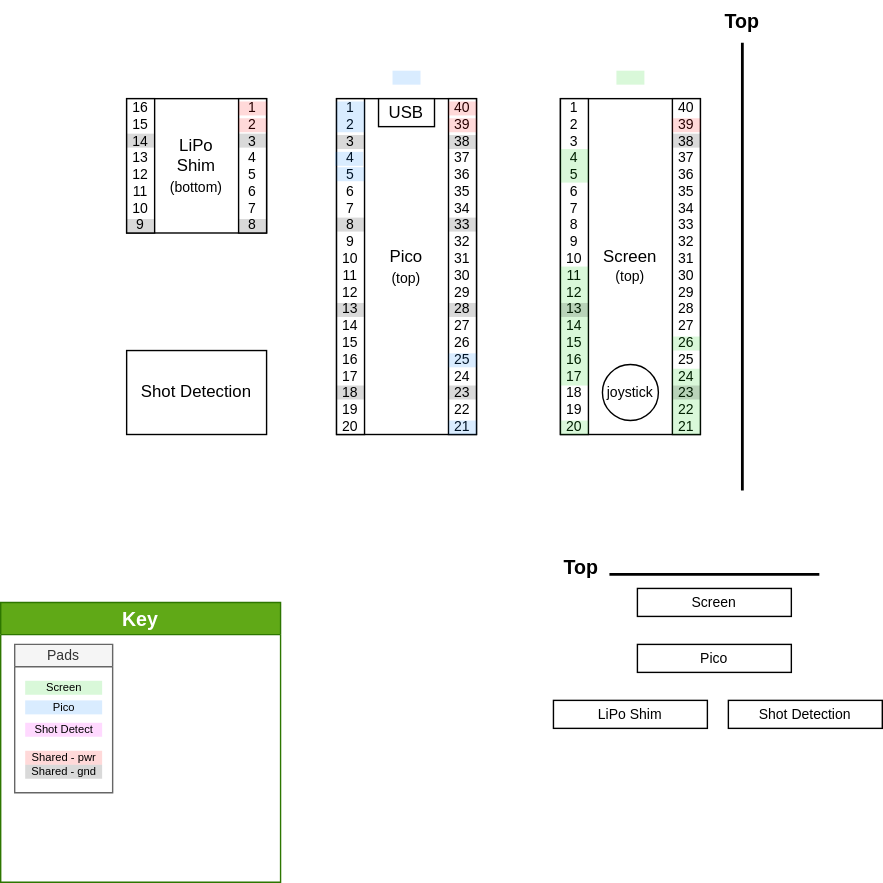
chrishaverkate/showdown keeps this draw.io diagram as docs/stack-up.svg. Above is the earlier version. Source tidied: cells renumbered, new cells last; positions are measured from the earlier drawing's top-left corner, leaving out a move shared by most shapes.
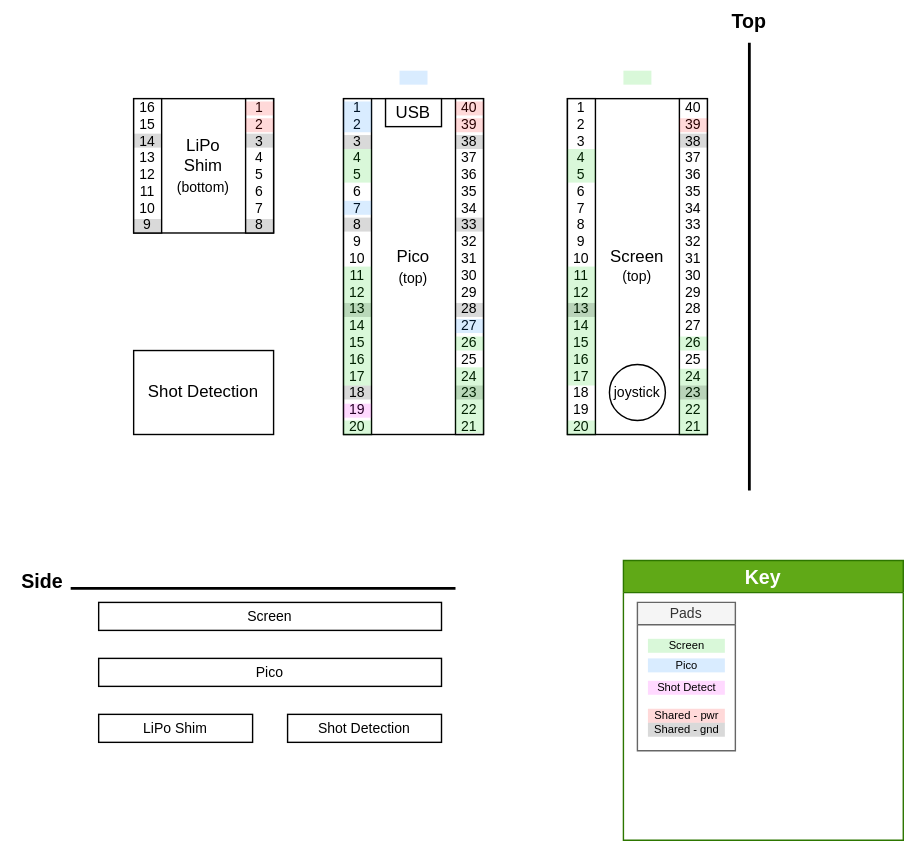
Later version of the same file.

Commit message:
Working on the physical stackup.

Updating diagram to show connection between Pico and other devices. Moving shot detection pin to be accessible by shot detection PCB.

Diff of the diagram source:
```diff
@@ -21,16 +21,16 @@
       <mxGeometry x="430" y="260" width="40" height="40" as="geometry" />
     </mxCell>
     <mxCell id="8" value="Pico" style="rounded=0;whiteSpace=wrap;html=1;fontSize=10;" parent="1" vertex="1">
-      <mxGeometry x="455" y="460" width="110" height="20" as="geometry" />
+      <mxGeometry x="65" y="470" width="245" height="20" as="geometry" />
     </mxCell>
     <mxCell id="9" value="Screen" style="rounded=0;whiteSpace=wrap;html=1;fontSize=10;" parent="1" vertex="1">
-      <mxGeometry x="455" y="420" width="110" height="20" as="geometry" />
+      <mxGeometry x="65" y="430" width="245" height="20" as="geometry" />
     </mxCell>
     <mxCell id="10" value="LiPo Shim" style="rounded=0;whiteSpace=wrap;html=1;fontSize=10;" parent="1" vertex="1">
-      <mxGeometry x="395" y="500" width="110" height="20" as="geometry" />
+      <mxGeometry x="65" y="510" width="110" height="20" as="geometry" />
     </mxCell>
     <mxCell id="11" value="Shot Detection" style="rounded=0;whiteSpace=wrap;html=1;fontSize=10;" parent="1" vertex="1">
-      <mxGeometry x="520" y="500" width="110" height="20" as="geometry" />
+      <mxGeometry x="200" y="510" width="110" height="20" as="geometry" />
     </mxCell>
     <mxCell id="12" value="1&lt;br&gt;2&lt;br&gt;3&lt;br&gt;4&lt;br&gt;5&lt;br&gt;6&lt;br&gt;7&lt;br&gt;8&lt;br&gt;9&lt;br&gt;10&lt;br&gt;11&lt;br&gt;12&lt;br&gt;13&lt;br&gt;14&lt;br&gt;15&lt;br&gt;16&lt;br&gt;17&lt;br&gt;18&lt;br&gt;19&lt;br&gt;20&lt;br&gt;" style="rounded=0;whiteSpace=wrap;html=1;fontSize=10;" parent="1" vertex="1">
       <mxGeometry x="400" y="70" width="20" height="240" as="geometry" />
@@ -73,12 +73,12 @@
     </mxCell>
     <mxCell id="24" style="endArrow=none;html=1;rounded=0;fontSize=10;jumpSize=6;strokeWidth=2;" parent="1" edge="1">
       <mxGeometry relative="1" as="geometry">
-        <mxPoint x="435" y="410" as="sourcePoint" />
-        <mxPoint x="585" y="410" as="targetPoint" />
+        <mxPoint x="45" y="420" as="sourcePoint" />
+        <mxPoint x="320" y="420" as="targetPoint" />
       </mxGeometry>
     </mxCell>
-    <mxCell id="25" value="Top" style="text;html=1;strokeColor=none;fillColor=none;align=center;verticalAlign=middle;whiteSpace=wrap;rounded=0;fontSize=14;opacity=15;fontStyle=1;" parent="1" vertex="1">
-      <mxGeometry x="385" y="390" width="60" height="30" as="geometry" />
+    <mxCell id="25" value="Side" style="text;html=1;strokeColor=none;fillColor=none;align=center;verticalAlign=middle;whiteSpace=wrap;rounded=0;fontSize=14;opacity=15;fontStyle=1;" parent="1" vertex="1">
+      <mxGeometry x="-5" y="400" width="60" height="30" as="geometry" />
     </mxCell>
     <mxCell id="26" style="rounded=0;whiteSpace=wrap;html=1;fontSize=10;strokeColor=none;fillColor=#00CC00;opacity=15;" parent="1" vertex="1">
       <mxGeometry x="400" y="106" width="20" height="24" as="geometry" />
@@ -153,7 +153,7 @@
       <mxGeometry x="440" y="50" width="20" height="10" as="geometry" />
     </mxCell>
     <mxCell id="50" value="Key" style="swimlane;fontSize=14;fillColor=#60a917;strokeColor=#2D7600;fontColor=#ffffff;" parent="1" vertex="1">
-      <mxGeometry y="430" width="200" height="200" as="geometry" />
+      <mxGeometry x="440" y="400" width="200" height="200" as="geometry" />
     </mxCell>
     <mxCell id="51" value="Pads" style="swimlane;fontSize=10;fillColor=#f5f5f5;fontStyle=0;fontColor=#333333;strokeColor=#666666;startSize=16;" parent="50" vertex="1">
       <mxGeometry x="10" y="30" width="70" height="106" as="geometry" />
@@ -173,17 +173,29 @@
     <mxCell id="56" value="Shot Detect" style="rounded=0;whiteSpace=wrap;html=1;fontSize=8;strokeColor=none;fillColor=#FF00FF;opacity=15;" parent="51" vertex="1">
       <mxGeometry x="7.5" y="56" width="55" height="10" as="geometry" />
     </mxCell>
-    <mxCell id="57" style="rounded=0;whiteSpace=wrap;html=1;fontSize=10;strokeColor=none;fillColor=#007FFF;opacity=15;" parent="1" vertex="1">
-      <mxGeometry x="320" y="252" width="20" height="10" as="geometry" />
-    </mxCell>
-    <mxCell id="58" style="rounded=0;whiteSpace=wrap;html=1;fontSize=10;strokeColor=none;fillColor=#007FFF;opacity=15;" parent="1" vertex="1">
-      <mxGeometry x="320" y="300" width="20" height="10" as="geometry" />
-    </mxCell>
-    <mxCell id="59" style="rounded=0;whiteSpace=wrap;html=1;fontSize=10;strokeColor=none;fillColor=#007FFF;opacity=15;" parent="1" vertex="1">
-      <mxGeometry x="240" y="119" width="20" height="10" as="geometry" />
-    </mxCell>
-    <mxCell id="60" style="rounded=0;whiteSpace=wrap;html=1;fontSize=10;strokeColor=none;fillColor=#007FFF;opacity=15;" parent="1" vertex="1">
-      <mxGeometry x="239" y="108" width="20" height="10" as="geometry" />
-    </mxCell>
+    <mxCell id="61" style="rounded=0;whiteSpace=wrap;html=1;fontSize=10;strokeColor=none;fillColor=#00CC00;opacity=15;" parent="1" vertex="1">
+      <mxGeometry x="240" y="106" width="20" height="24" as="geometry" />
+    </mxCell>
+    <mxCell id="62" style="rounded=0;whiteSpace=wrap;html=1;fontSize=10;strokeColor=none;fillColor=#00CC00;opacity=15;" parent="1" vertex="1">
+      <mxGeometry x="240" y="190" width="20" height="85" as="geometry" />
+    </mxCell>
+    <mxCell id="63" style="rounded=0;whiteSpace=wrap;html=1;fontSize=10;strokeColor=none;fillColor=#00CC00;opacity=15;" parent="1" vertex="1">
+      <mxGeometry x="240" y="300" width="20" height="10" as="geometry" />
+    </mxCell>
+    <mxCell id="64" style="rounded=0;whiteSpace=wrap;html=1;fontSize=10;strokeColor=none;fillColor=#00CC00;opacity=15;" parent="1" vertex="1">
+      <mxGeometry x="320" y="262" width="20" height="47" as="geometry" />
+    </mxCell>
+    <mxCell id="65" style="rounded=0;whiteSpace=wrap;html=1;fontSize=10;strokeColor=none;fillColor=#00CC00;opacity=15;" parent="1" vertex="1">
+      <mxGeometry x="320" y="240" width="20" height="10" as="geometry" />
+    </mxCell>
+    <mxCell id="66" style="rounded=0;whiteSpace=wrap;html=1;fontSize=10;strokeColor=none;fillColor=#007FFF;opacity=15;" parent="1" vertex="1">
+      <mxGeometry x="320" y="227.5" width="20" height="10" as="geometry" />
+    </mxCell>
+    <mxCell id="67" style="rounded=0;whiteSpace=wrap;html=1;fontSize=10;strokeColor=none;fillColor=#007FFF;opacity=15;" parent="1" vertex="1">
+      <mxGeometry x="240" y="143" width="20" height="10" as="geometry" />
+    </mxCell>
+    <mxCell id="68" style="rounded=0;whiteSpace=wrap;html=1;fontSize=10;strokeColor=none;fillColor=#FF00FF;opacity=15;" parent="1" vertex="1">
+      <mxGeometry x="240" y="288" width="20" height="10" as="geometry" />
+    </mxCell>
   </root>
 </mxGraphModel>
```
